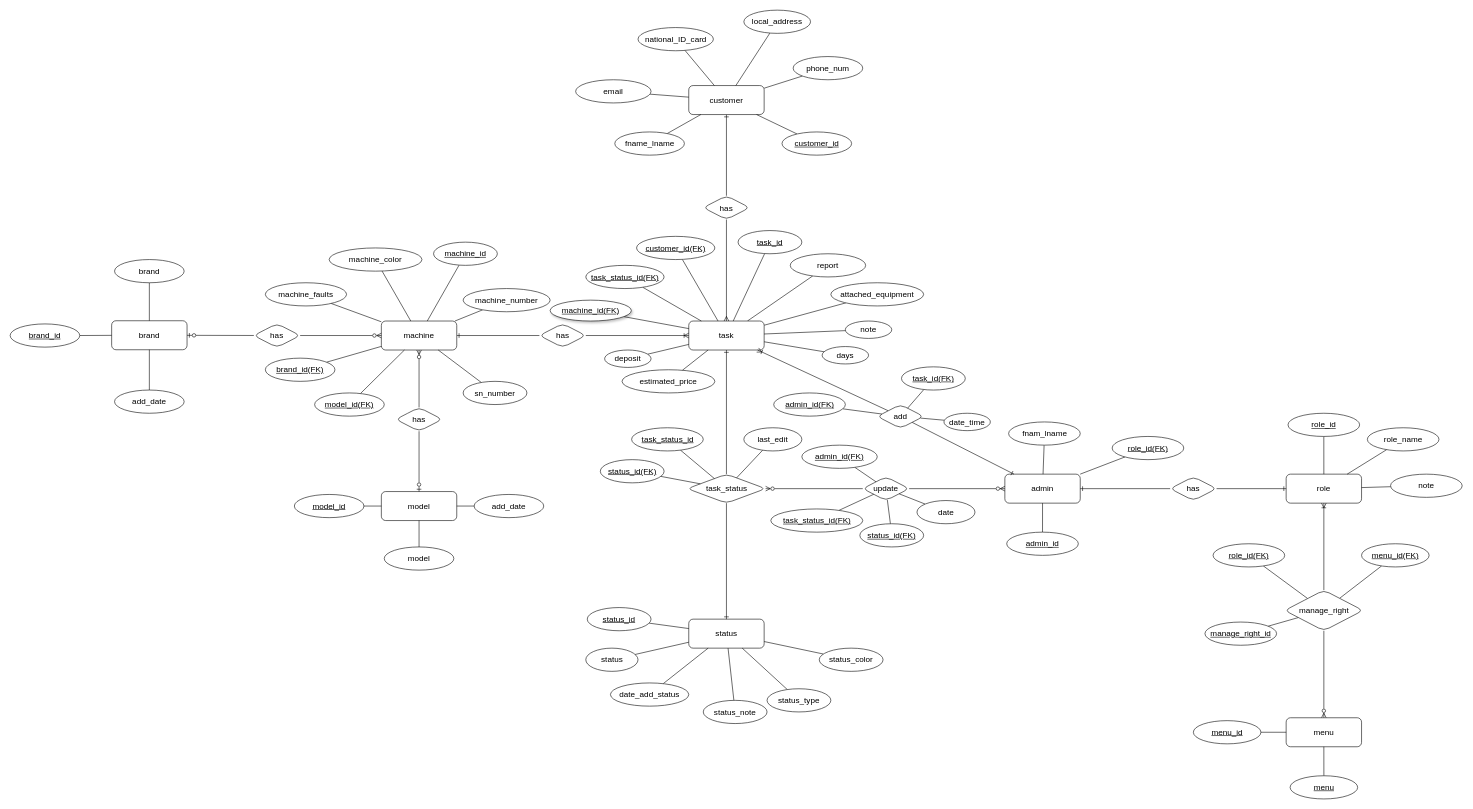
The draw.io diagram db_design/ERD.drawio in Roseedee/MAINTENANCE-SYSTEM, before the edit. Source tidied: cells renumbered, new cells numbered last; positions are measured from the earlier drawing's top-left corner, leaving out a move shared by most shapes. Both pictures are drawn from the tidied source at 58%, with x=0, y=0 at pixel (10, 10).
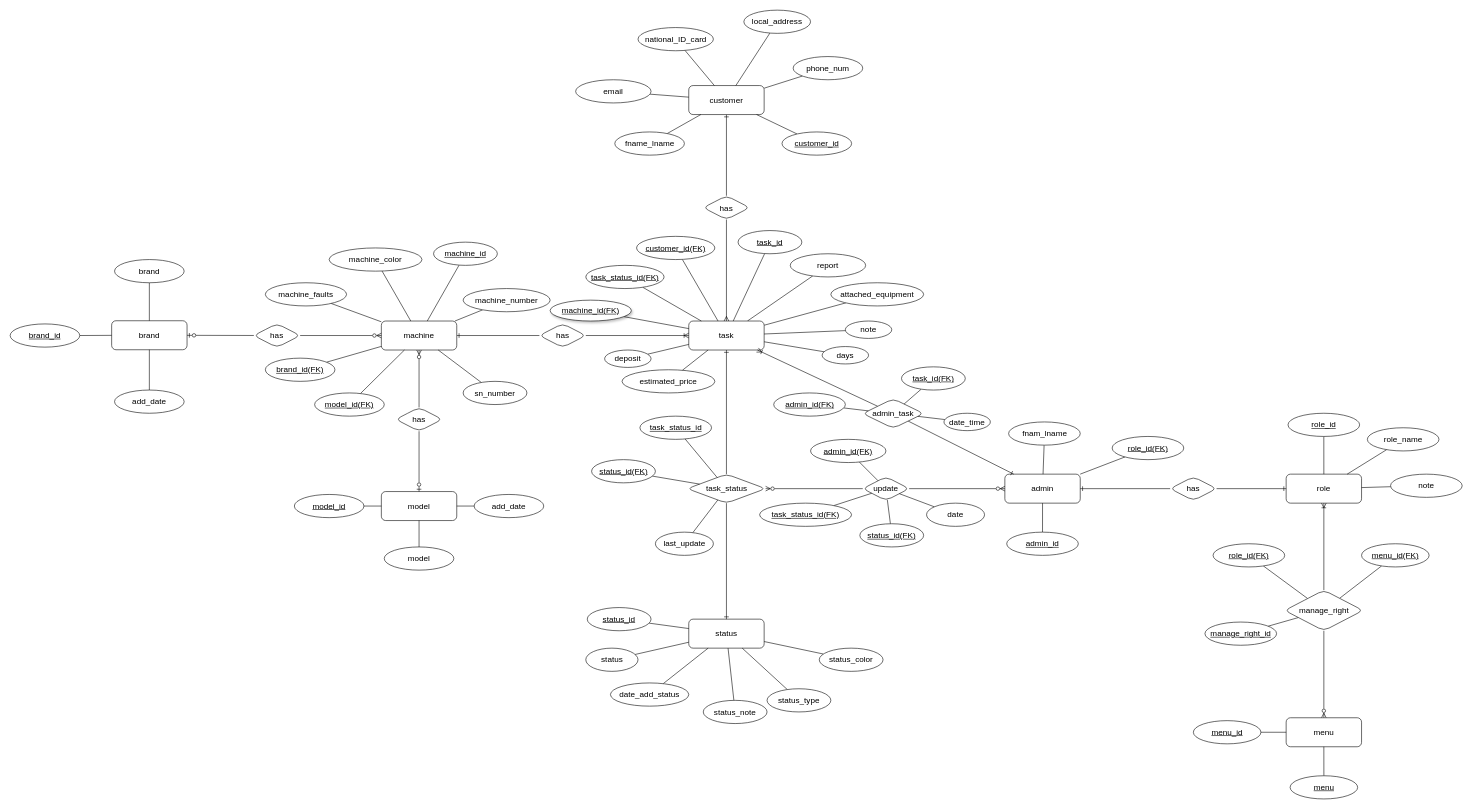
Above is the later version.

What changed in the source:
```diff
@@
     <mxCell id="56" value="status_id(FK)" style="ellipse;whiteSpace=wrap;html=1;fontSize=14;fontStyle=4;" parent="1" vertex="1">
-      <mxGeometry x="1017.5" y="775" width="110" height="40" as="geometry" />
+      <mxGeometry x="1002.5" y="775" width="110" height="40" as="geometry" />
     </mxCell>
@@
     <mxCell id="60" value="task_status_id" style="ellipse;whiteSpace=wrap;html=1;fontSize=14;fontStyle=4;" parent="1" vertex="1">
-      <mxGeometry x="1071.5" y="720" width="123.5" height="40" as="geometry" />
+      <mxGeometry x="1085.8" y="700" width="123.5" height="40" as="geometry" />
     </mxCell>
@@
-    <mxCell id="72" value="last_edit" style="ellipse;whiteSpace=wrap;html=1;fontSize=14;fontStyle=0;" parent="1" vertex="1">
-      <mxGeometry x="1265" y="720" width="100" height="40" as="geometry" />
+    <mxCell id="72" value="last_update" style="ellipse;whiteSpace=wrap;html=1;fontSize=14;fontStyle=0;" parent="1" vertex="1">
+      <mxGeometry x="1112.5" y="900" width="100" height="40" as="geometry" />
     </mxCell>
@@
     <mxCell id="79" value="admin_id(FK)" style="ellipse;whiteSpace=wrap;html=1;fontSize=14;fontStyle=4;" parent="1" vertex="1">
-      <mxGeometry x="1365" y="750" width="130" height="40" as="geometry" />
+      <mxGeometry x="1380" y="740" width="130" height="40" as="geometry" />
     </mxCell>
@@
-    <mxCell id="103" value="add" style="rhombus;whiteSpace=wrap;html=1;fontSize=14;rounded=1;" parent="1" vertex="1">
-      <mxGeometry x="1495" y="680" width="80" height="41" as="geometry" />
+    <mxCell id="103" value="admin_task" style="rhombus;whiteSpace=wrap;html=1;fontSize=14;rounded=1;" parent="1" vertex="1">
+      <mxGeometry x="1470" y="670" width="105" height="51" as="geometry" />
     </mxCell>
@@
     <mxCell id="111" value="task_status_id(FK)" style="ellipse;whiteSpace=wrap;html=1;fontSize=14;fontStyle=4;" parent="1" vertex="1">
-      <mxGeometry x="1311.5" y="860" width="158.5" height="40" as="geometry" />
+      <mxGeometry x="1292.2" y="850" width="158.5" height="40" as="geometry" />
     </mxCell>
@@
     <mxCell id="115" value="date" style="ellipse;whiteSpace=wrap;html=1;fontSize=14;fontStyle=0;" parent="1" vertex="1">
-      <mxGeometry x="1563.5" y="845.5" width="100" height="40" as="geometry" />
+      <mxGeometry x="1580" y="850" width="100" height="40" as="geometry" />
     </mxCell>
```
